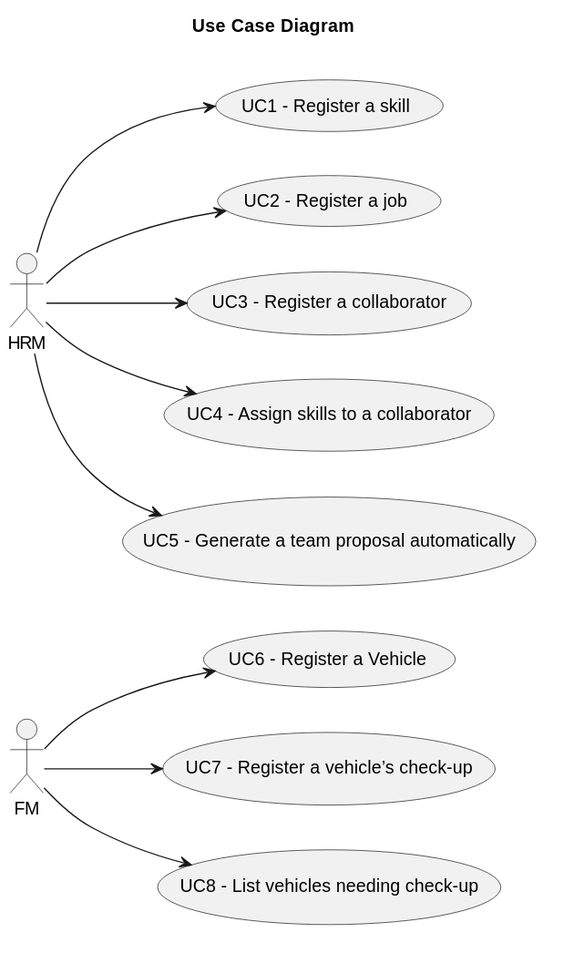
This is docs/sprintC/global-artifacts/01.requirements-engineering/svg/use-case-diagram.svg from Rui-San/LAPR2_2023_2024, a PlantUML export, as it was before one commit.
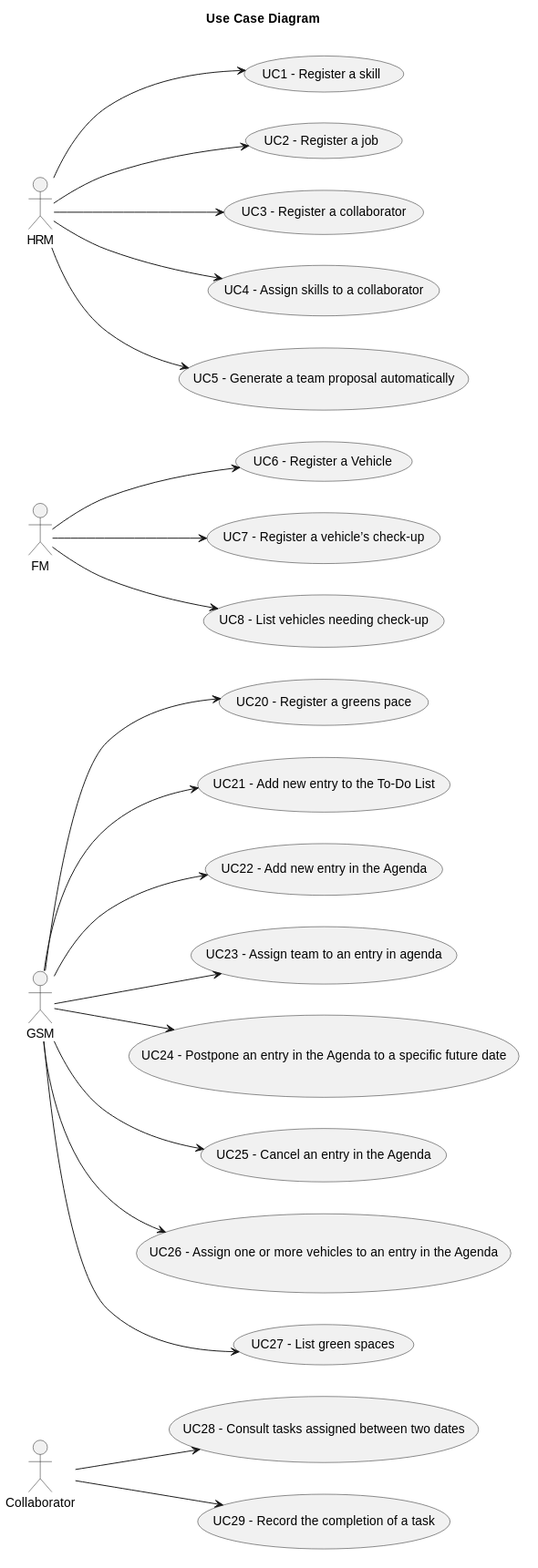
The same file after the commit.

Commit message:
Updated Glossary and Use Case Diagram

What changed in the source:
```diff
@@ -11,6 +11,8 @@
 
     actor "HRM"
     actor "FM"
+    actor "GSM"
+    actor "Collaborator"
 
 
 rectangle {
@@ -24,6 +26,17 @@
     usecase "UC6 - Register a Vehicle" as UC6
     usecase "UC7 - Register a vehicle’s check-up" as UC7
     usecase "UC8 - List vehicles needing check-up" as UC8
+    usecase "UC20 - Register a greens pace" as UC20
+    usecase "UC21 - Add new entry to the To-Do List" as UC21
+    usecase "UC22 - Add new entry in the Agenda" as UC22
+    usecase "UC23 - Assign team to an entry in agenda" as UC23
+    usecase "UC24 - Postpone an entry in the Agenda to a specific future date" as UC24
+    usecase "UC25 - Cancel an entry in the Agenda" as UC25
+    usecase "UC26 - Assign one or more vehicles to an entry in the Agenda" as UC26
+    usecase "UC27 - List green spaces" as UC27
+    usecase "UC28 - Consult tasks assigned between two dates" as UC28
+    usecase "UC29 - Record the completion of a task" as UC29
+
 
     HRM --> UC1
     HRM --> UC2
@@ -33,6 +46,16 @@
     FM --> UC6
     FM --> UC7
     FM --> UC8
+    GSM --> UC20
+    GSM --> UC21
+    GSM --> UC22
+    GSM --> UC23
+    GSM --> UC24
+    GSM --> UC25
+    GSM --> UC26
+    GSM --> UC27
+    Collaborator --> UC28
+    Collaborator --> UC29
 
 
 
```
